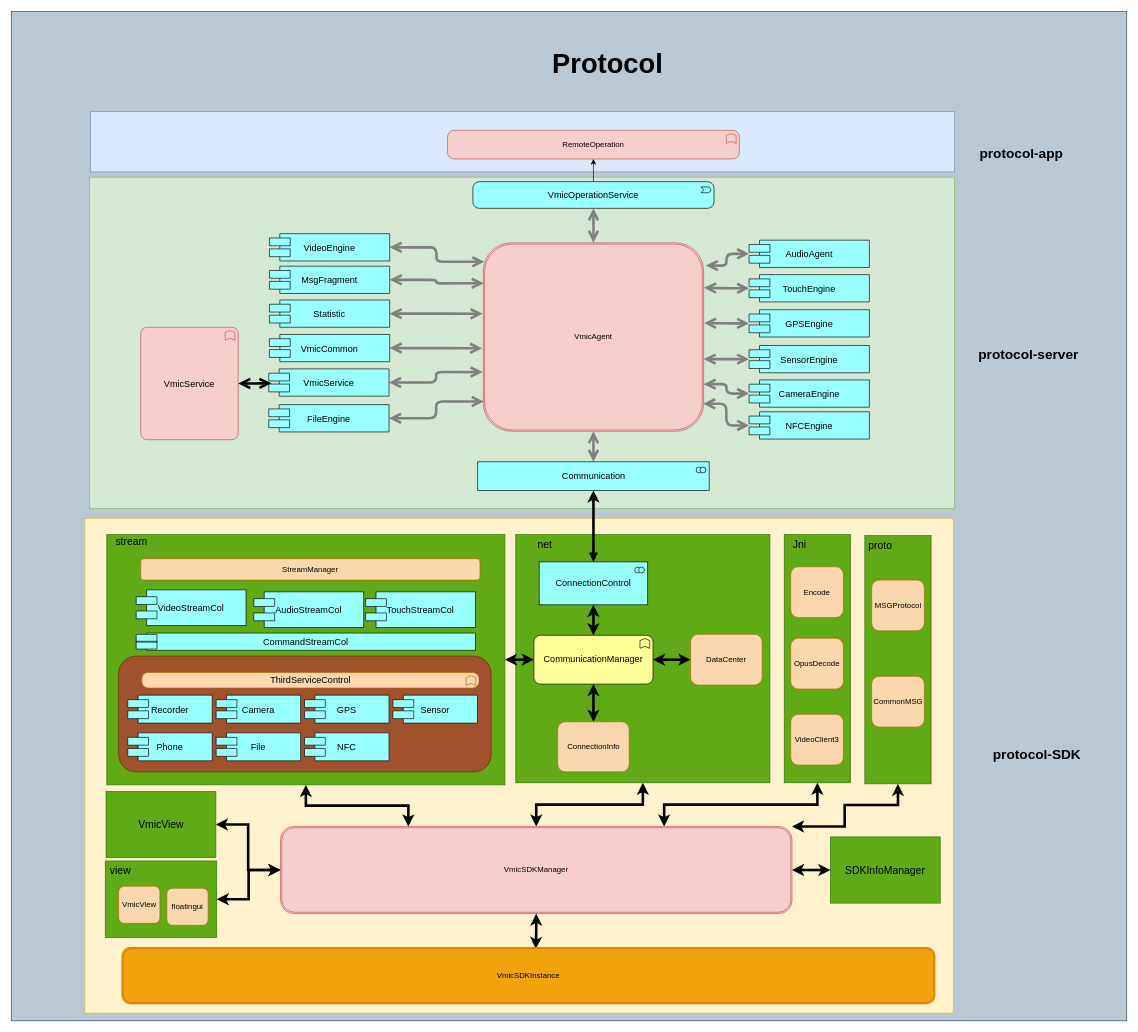
The draw.io diagram page "summarized" (1 of 2) of Untitled Diagram.drawio in moshaocong/vmic-readme, before the edit. Source tidied: cells renumbered, new cells numbered last; positions are measured from the earlier drawing's top-left corner, leaving out a move shared by most shapes. Both pictures are drawn from the tidied source at 65%, with x=0, y=0 at pixel (11, 11).
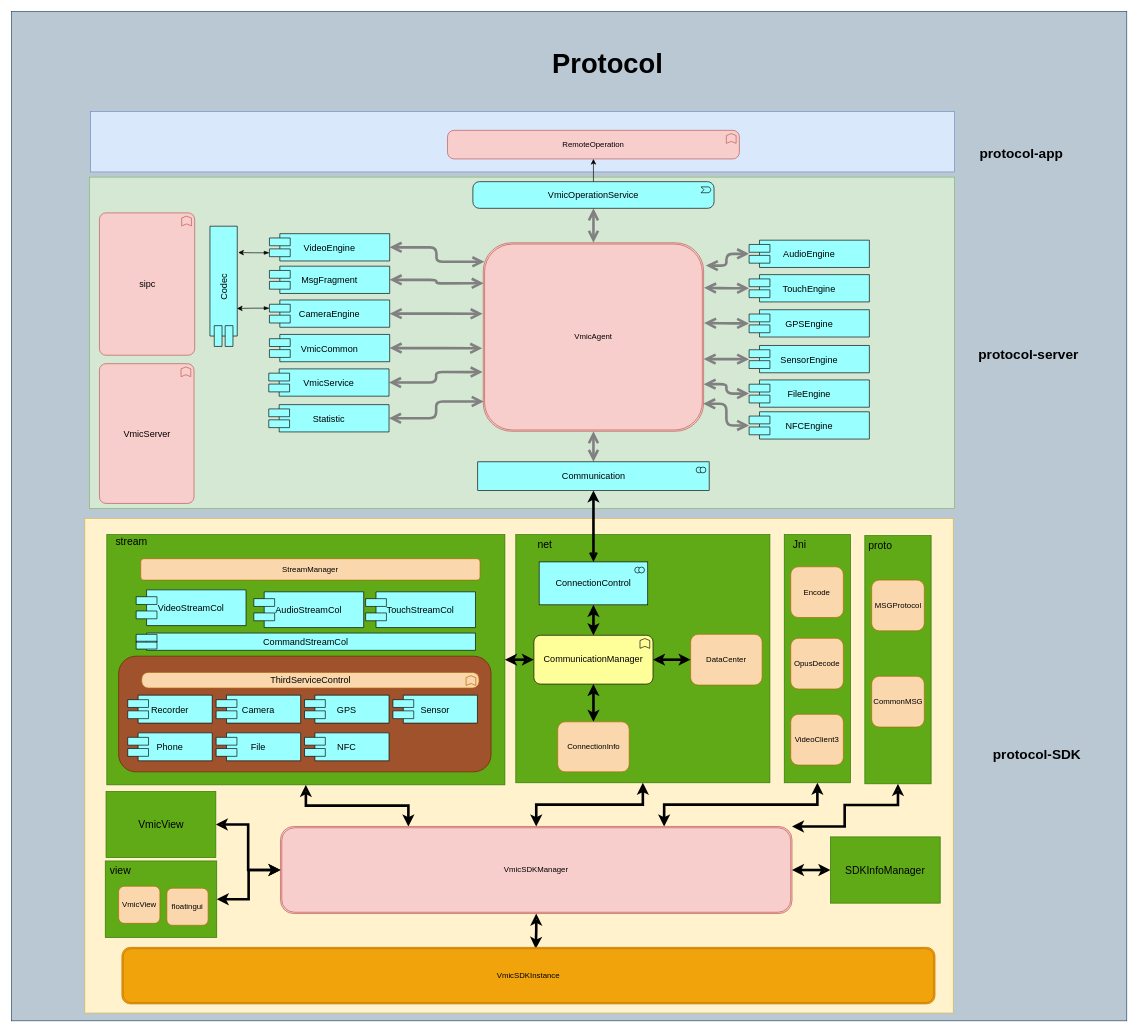
After the change.

Commit message:
add protocol init

Unchanged cells that the change refers to:
```xml
<mxCell id="21" value="VideoEngine" style="shape=component;align=center;fillColor=#99ffff;gradientColor=none;fontSize=14;" parent="1" vertex="1">
  <mxGeometry x="397" y="342" width="185" height="42" as="geometry" />
</mxCell>
<mxCell id="29" value="VmicService" style="shape=component;align=center;fillColor=#99ffff;gradientColor=none;fontSize=14;" parent="1" vertex="1">
  <mxGeometry x="396" y="550" width="185" height="42" as="geometry" />
</mxCell>
```

What changed in the source:
```diff
@@
+    <mxCell id="95" style="edgeStyle=orthogonalEdgeStyle;rounded=0;jettySize=auto;html=1;exitX=0;exitY=0.7;exitDx=0;exitDy=0;entryX=0.781;entryY=1.036;entryDx=0;entryDy=0;entryPerimeter=0;startArrow=blockThin;startFill=1;" parent="1" edge="1" source="21" target="98">
+      <mxGeometry relative="1" as="geometry" />
+    </mxCell>
@@
+    <mxCell id="96" style="edgeStyle=orthogonalEdgeStyle;rounded=0;jettySize=auto;html=1;exitX=0;exitY=0.3;exitDx=0;exitDy=0;entryX=0.316;entryY=0.988;entryDx=0;entryDy=0;entryPerimeter=0;startArrow=blockThin;startFill=1;" parent="1" edge="1" source="25" target="98">
+      <mxGeometry relative="1" as="geometry" />
+    </mxCell>
-    <mxCell id="25" value="Statistic" style="shape=component;align=center;fillColor=#99ffff;gradientColor=none;fontSize=14;" parent="1" vertex="1">
+    <mxCell id="25" value="CameraEngine" style="shape=component;align=center;fillColor=#99ffff;gradientColor=none;fontSize=14;" parent="1" vertex="1">
       <mxGeometry x="397" y="444" width="185" height="42" as="geometry" />
     </mxCell>
@@
-    <mxCell id="31" value="AudioAgent" style="shape=component;align=center;fillColor=#99ffff;gradientColor=none;fontSize=14;" parent="1" vertex="1">
+    <mxCell id="31" value="AudioEngine" style="shape=component;align=center;fillColor=#99ffff;gradientColor=none;fontSize=14;" parent="1" vertex="1">
       <mxGeometry x="1135" y="352" width="185" height="42" as="geometry" />
     </mxCell>
@@
-    <mxCell id="39" value="CameraEngine" style="shape=component;align=center;fillColor=#99ffff;gradientColor=none;fontSize=14;" parent="1" vertex="1">
+    <mxCell id="39" value="FileEngine" style="shape=component;align=center;fillColor=#99ffff;gradientColor=none;fontSize=14;" parent="1" vertex="1">
       <mxGeometry x="1135" y="567" width="185" height="42" as="geometry" />
     </mxCell>
@@
-    <mxCell id="41" value="FileEngine" style="shape=component;align=center;fillColor=#99ffff;gradientColor=none;fontSize=14;" parent="1" vertex="1">
+    <mxCell id="41" value="Statistic" style="shape=component;align=center;fillColor=#99ffff;gradientColor=none;fontSize=14;" parent="1" vertex="1">
       <mxGeometry x="396" y="605" width="185" height="42" as="geometry" />
     </mxCell>
@@
-    <mxCell id="44" style="edgeStyle=orthogonalEdgeStyle;rounded=1;jettySize=auto;html=1;entryX=0.022;entryY=0.524;entryDx=0;entryDy=0;entryPerimeter=0;startArrow=open;startFill=0;strokeWidth=4;fontSize=14;endFill=0;endArrow=open;endSize=10;startSize=10;" parent="1" edge="1" source="45" target="29">
-      <mxGeometry relative="1" as="geometry" />
-    </mxCell>
-    <mxCell id="45" value="VmicService" style="html=1;whiteSpace=wrap;fillColor=#f8cecc;shape=mxgraph.archimate3.application;appType=func;archiType=rounded;fontSize=14;strokeColor=#b85450;" parent="1" vertex="1">
-      <mxGeometry x="199" y="486" width="150" height="173" as="geometry" />
+    <mxCell id="45" value="VmicServer" style="html=1;whiteSpace=wrap;fillColor=#f8cecc;shape=mxgraph.archimate3.application;appType=func;archiType=rounded;fontSize=14;strokeColor=#b85450;" parent="1" vertex="1">
+      <mxGeometry x="135.5" y="542" width="145.5" height="215" as="geometry" />
     </mxCell>
@@
+    <mxCell id="97" value="sipc" style="html=1;whiteSpace=wrap;fillColor=#f8cecc;shape=mxgraph.archimate3.application;appType=func;archiType=rounded;fontSize=14;strokeColor=#b85450;" parent="1" vertex="1">
+      <mxGeometry x="135.5" y="310" width="146.5" height="219" as="geometry" />
+    </mxCell>
+    <mxCell id="98" value="Codec" style="shape=component;align=center;fillColor=#99ffff;gradientColor=none;fontSize=14;rotation=-90;" parent="1" vertex="1">
+      <mxGeometry x="234" y="402" width="185" height="42" as="geometry" />
+    </mxCell>
```
